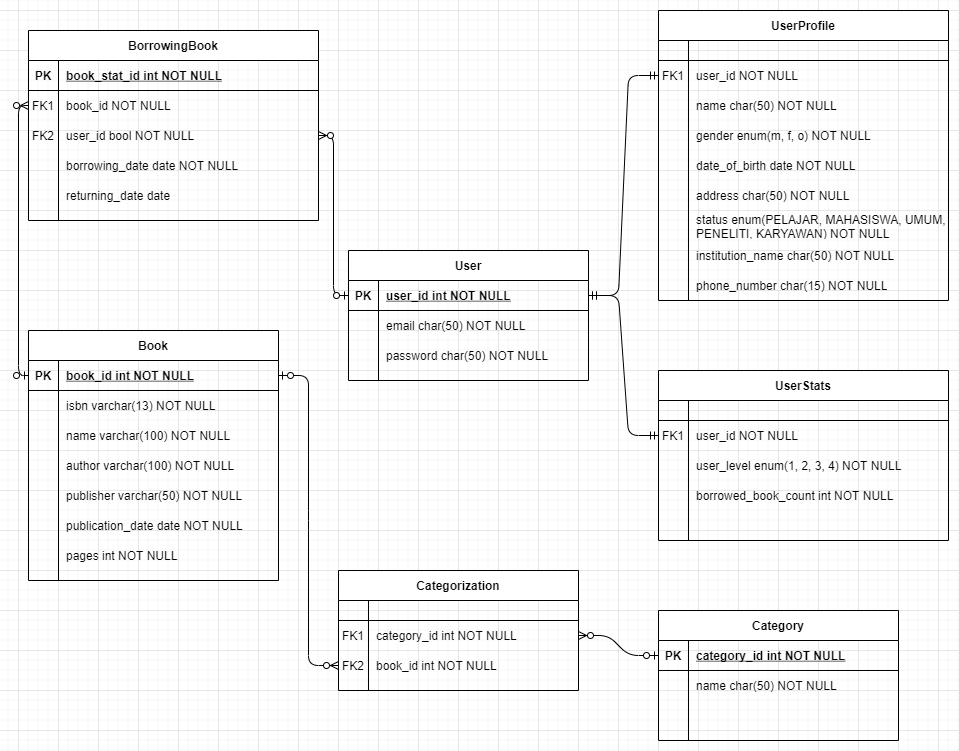
This is public/img/database_scheme.png from praktikum-tiunpad-2021/proyek-web-asal-in, a draw.io export, as it was before one commit. Source tidied: cells renumbered, new cells last; positions are measured from the earlier drawing's top-left corner, leaving out a move shared by most shapes.
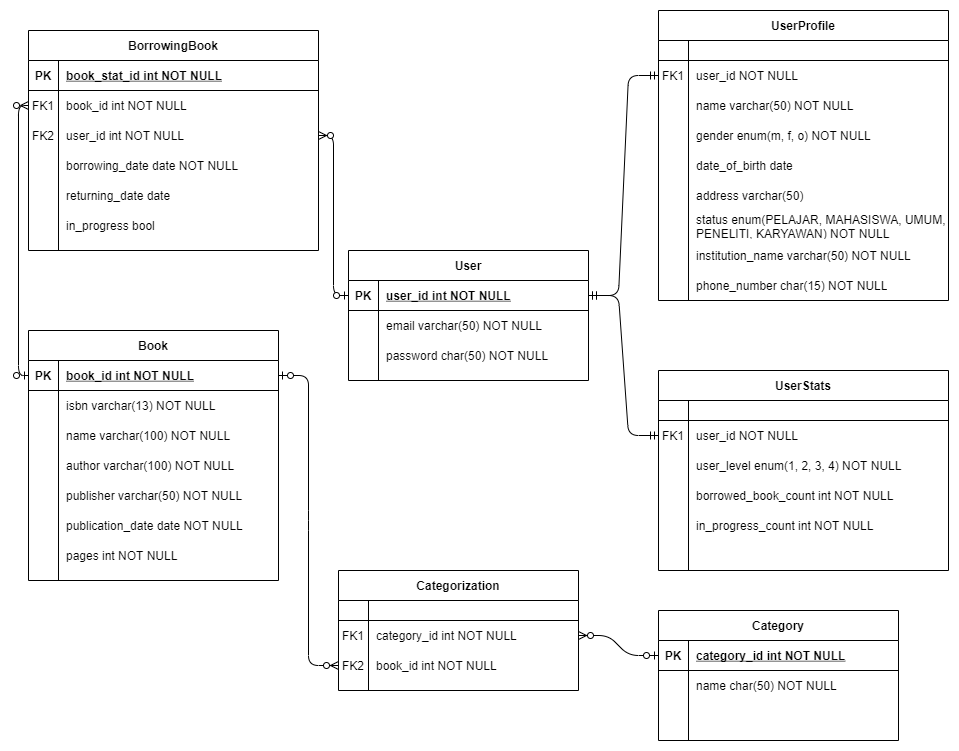
After the change.

Change to the diagram source:
```diff
@@ -95,7 +95,7 @@
     <mxCell id="32" style="shape=partialRectangle;overflow=hidden;fillColor=none;top=0;left=0;bottom=0;right=0;" parent="31" vertex="1">
       <mxGeometry width="30" height="30" as="geometry" />
     </mxCell>
-    <mxCell id="33" value="name char(50) NOT NULL" style="shape=partialRectangle;overflow=hidden;fillColor=none;top=0;left=0;bottom=0;right=0;align=left;spacingLeft=6;" parent="31" vertex="1">
+    <mxCell id="33" value="name varchar(50) NOT NULL" style="shape=partialRectangle;overflow=hidden;fillColor=none;top=0;left=0;bottom=0;right=0;align=left;spacingLeft=6;" parent="31" vertex="1">
       <mxGeometry x="30" width="260" height="30" as="geometry" />
     </mxCell>
     <mxCell id="34" style="shape=partialRectangle;fillColor=none;top=0;left=0;right=0;bottom=0;" parent="24" vertex="1">
@@ -113,7 +113,7 @@
     <mxCell id="38" style="shape=partialRectangle;overflow=hidden;fillColor=none;top=0;left=0;bottom=0;right=0;" parent="37" vertex="1">
       <mxGeometry width="30" height="30" as="geometry" />
     </mxCell>
-    <mxCell id="39" value="date_of_birth date NOT NULL" style="shape=partialRectangle;overflow=hidden;fillColor=none;top=0;left=0;bottom=0;right=0;align=left;spacingLeft=6;" parent="37" vertex="1">
+    <mxCell id="39" value="date_of_birth date" style="shape=partialRectangle;overflow=hidden;fillColor=none;top=0;left=0;bottom=0;right=0;align=left;spacingLeft=6;" parent="37" vertex="1">
       <mxGeometry x="30" width="260" height="30" as="geometry" />
     </mxCell>
     <mxCell id="40" style="shape=partialRectangle;fillColor=none;top=0;left=0;right=0;bottom=0;" parent="24" vertex="1">
@@ -122,7 +122,7 @@
     <mxCell id="41" style="shape=partialRectangle;overflow=hidden;fillColor=none;top=0;left=0;bottom=0;right=0;" parent="40" vertex="1">
       <mxGeometry width="30" height="30" as="geometry" />
     </mxCell>
-    <mxCell id="42" value="address char(50) NOT NULL" style="shape=partialRectangle;overflow=hidden;fillColor=none;top=0;left=0;bottom=0;right=0;align=left;spacingLeft=6;" parent="40" vertex="1">
+    <mxCell id="42" value="address varchar(50)" style="shape=partialRectangle;overflow=hidden;fillColor=none;top=0;left=0;bottom=0;right=0;align=left;spacingLeft=6;" parent="40" vertex="1">
       <mxGeometry x="30" width="260" height="30" as="geometry" />
     </mxCell>
     <mxCell id="43" style="shape=partialRectangle;fillColor=none;top=0;left=0;right=0;bottom=0;" parent="24" vertex="1">
@@ -140,7 +140,7 @@
     <mxCell id="47" style="shape=partialRectangle;overflow=hidden;fillColor=none;top=0;left=0;bottom=0;right=0;" parent="46" vertex="1">
       <mxGeometry width="30" height="30" as="geometry" />
     </mxCell>
-    <mxCell id="48" value="institution_name char(50) NOT NULL" style="shape=partialRectangle;overflow=hidden;fillColor=none;top=0;left=0;bottom=0;right=0;align=left;spacingLeft=6;whiteSpace=wrap;" parent="46" vertex="1">
+    <mxCell id="48" value="institution_name varchar(50) NOT NULL" style="shape=partialRectangle;overflow=hidden;fillColor=none;top=0;left=0;bottom=0;right=0;align=left;spacingLeft=6;whiteSpace=wrap;" parent="46" vertex="1">
       <mxGeometry x="30" width="260" height="30" as="geometry" />
     </mxCell>
     <mxCell id="49" style="shape=partialRectangle;fillColor=none;top=0;left=0;right=0;bottom=0;" parent="24" vertex="1">
@@ -153,7 +153,7 @@
       <mxGeometry x="30" width="260" height="30" as="geometry" />
     </mxCell>
     <mxCell id="52" value="UserStats" style="shape=table;startSize=30;rowLines=0;fontStyle=1;align=center;" parent="1" vertex="1">
-      <mxGeometry x="630" y="360" width="290" height="170" as="geometry" />
+      <mxGeometry x="630" y="360" width="290" height="200" as="geometry" />
     </mxCell>
     <mxCell id="53" style="shape=partialRectangle;fillColor=none;top=0;left=0;right=0;bottom=1;" parent="52" vertex="1">
       <mxGeometry y="30" width="290" height="20" as="geometry" />
@@ -191,6 +191,15 @@
     <mxCell id="64" value="borrowed_book_count int NOT NULL" style="shape=partialRectangle;overflow=hidden;fillColor=none;top=0;left=0;bottom=0;right=0;align=left;spacingLeft=6;" parent="62" vertex="1">
       <mxGeometry x="30" width="260" height="30" as="geometry" />
     </mxCell>
+    <mxCell id="117" style="shape=partialRectangle;fillColor=none;top=0;left=0;right=0;bottom=0;" parent="52" vertex="1">
+      <mxGeometry y="140" width="290" height="30" as="geometry" />
+    </mxCell>
+    <mxCell id="118" style="shape=partialRectangle;overflow=hidden;fillColor=none;top=0;left=0;bottom=0;right=0;" parent="117" vertex="1">
+      <mxGeometry width="30" height="30" as="geometry" />
+    </mxCell>
+    <mxCell id="119" value="in_progress_count int NOT NULL" style="shape=partialRectangle;overflow=hidden;fillColor=none;top=0;left=0;bottom=0;right=0;align=left;spacingLeft=6;" parent="117" vertex="1">
+      <mxGeometry x="30" width="260" height="30" as="geometry" />
+    </mxCell>
     <mxCell id="65" value="User" style="shape=table;startSize=30;rowLines=0;fontStyle=1;align=center;" parent="1" vertex="1">
       <mxGeometry x="320" y="240" width="240" height="130" as="geometry" />
     </mxCell>
@@ -209,7 +218,7 @@
     <mxCell id="70" style="shape=partialRectangle;overflow=hidden;fillColor=none;top=0;left=0;bottom=0;right=0;" parent="69" vertex="1">
       <mxGeometry width="30" height="30" as="geometry" />
     </mxCell>
-    <mxCell id="71" value="email char(50) NOT NULL" style="shape=partialRectangle;overflow=hidden;fillColor=none;top=0;left=0;bottom=0;right=0;align=left;spacingLeft=6;" parent="69" vertex="1">
+    <mxCell id="71" value="email varchar(50) NOT NULL" style="shape=partialRectangle;overflow=hidden;fillColor=none;top=0;left=0;bottom=0;right=0;align=left;spacingLeft=6;" parent="69" vertex="1">
       <mxGeometry x="30" width="210" height="30" as="geometry" />
     </mxCell>
     <mxCell id="72" style="shape=partialRectangle;fillColor=none;top=0;left=0;right=0;bottom=0;" parent="65" vertex="1">
@@ -222,7 +231,7 @@
       <mxGeometry x="30" width="210" height="30" as="geometry" />
     </mxCell>
     <mxCell id="75" value="BorrowingBook" style="shape=table;startSize=30;rowLines=0;fontStyle=1;align=center;" parent="1" vertex="1">
-      <mxGeometry y="20" width="290" height="190" as="geometry" />
+      <mxGeometry y="20" width="290" height="220" as="geometry" />
     </mxCell>
     <mxCell id="76" style="shape=partialRectangle;fillColor=none;top=0;left=0;right=0;bottom=1;" parent="75" vertex="1">
       <mxGeometry y="30" width="290" height="30" as="geometry" />
@@ -239,7 +248,7 @@
     <mxCell id="80" value="FK1" style="shape=partialRectangle;overflow=hidden;fillColor=none;top=0;left=0;bottom=0;right=0;" parent="79" vertex="1">
       <mxGeometry width="30" height="30" as="geometry" />
     </mxCell>
-    <mxCell id="81" value="book_id NOT NULL" style="shape=partialRectangle;overflow=hidden;fillColor=none;top=0;left=0;bottom=0;right=0;align=left;spacingLeft=6;" parent="79" vertex="1">
+    <mxCell id="81" value="book_id int NOT NULL" style="shape=partialRectangle;overflow=hidden;fillColor=none;top=0;left=0;bottom=0;right=0;align=left;spacingLeft=6;" parent="79" vertex="1">
       <mxGeometry x="30" width="260" height="30" as="geometry" />
     </mxCell>
     <mxCell id="82" style="shape=partialRectangle;fillColor=none;points=[[0,0.5],[1,0.5]];portConstraint=eastwest;top=0;left=0;right=0;bottom=0;" parent="75" vertex="1">
@@ -248,7 +257,7 @@
     <mxCell id="83" value="FK2" style="shape=partialRectangle;overflow=hidden;fillColor=none;top=0;left=0;bottom=0;right=0;" parent="82" vertex="1">
       <mxGeometry width="30" height="30" as="geometry" />
     </mxCell>
-    <mxCell id="84" value="user_id bool NOT NULL" style="shape=partialRectangle;overflow=hidden;fillColor=none;top=0;left=0;bottom=0;right=0;align=left;spacingLeft=6;" parent="82" vertex="1">
+    <mxCell id="84" value="user_id int NOT NULL" style="shape=partialRectangle;overflow=hidden;fillColor=none;top=0;left=0;bottom=0;right=0;align=left;spacingLeft=6;" parent="82" vertex="1">
       <mxGeometry x="30" width="260" height="30" as="geometry" />
     </mxCell>
     <mxCell id="85" style="shape=partialRectangle;fillColor=none;top=0;left=0;right=0;bottom=0;" parent="75" vertex="1">
@@ -269,6 +278,15 @@
     <mxCell id="90" value="returning_date date" style="shape=partialRectangle;overflow=hidden;fillColor=none;top=0;left=0;bottom=0;right=0;align=left;spacingLeft=6;" parent="88" vertex="1">
       <mxGeometry x="30" width="260" height="30" as="geometry" />
     </mxCell>
+    <mxCell id="120" style="shape=partialRectangle;fillColor=none;top=0;left=0;right=0;bottom=0;" parent="75" vertex="1">
+      <mxGeometry y="180" width="290" height="30" as="geometry" />
+    </mxCell>
+    <mxCell id="121" style="shape=partialRectangle;overflow=hidden;fillColor=none;top=0;left=0;bottom=0;right=0;" parent="120" vertex="1">
+      <mxGeometry width="30" height="30" as="geometry" />
+    </mxCell>
+    <mxCell id="122" value="in_progress bool " style="shape=partialRectangle;overflow=hidden;fillColor=none;top=0;left=0;bottom=0;right=0;align=left;spacingLeft=6;" parent="120" vertex="1">
+      <mxGeometry x="30" width="260" height="30" as="geometry" />
+    </mxCell>
     <mxCell id="91" style="edgeStyle=entityRelationEdgeStyle;fontSize=12;html=1;endArrow=ERmandOne;startArrow=ERmandOne;entryX=0;entryY=0.5;entryDx=0;entryDy=0;exitX=1;exitY=0.5;exitDx=0;exitDy=0;" parent="1" edge="1" source="66" target="56">
       <mxGeometry relative="1" as="geometry" />
     </mxCell>
```
